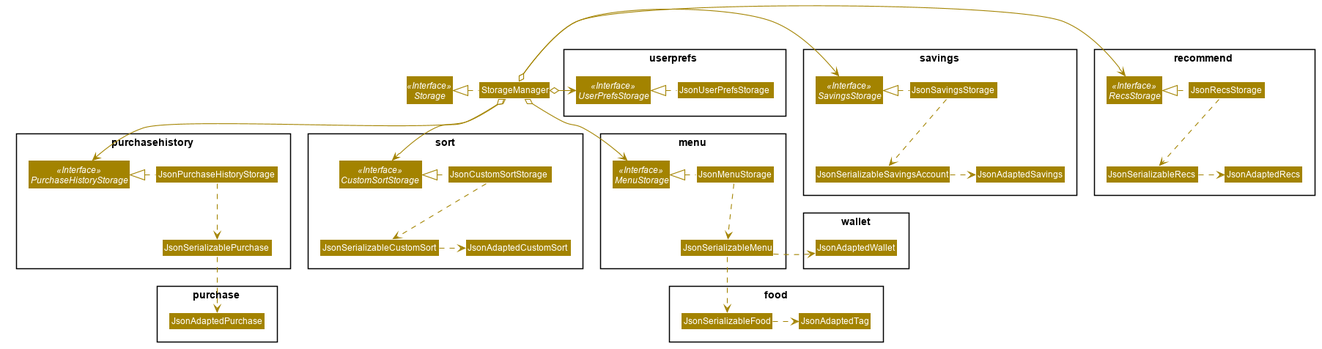
nus-cs2103-AY1920S1/addressbook-level3 keeps this PlantUML diagram as docs/images/StorageClassDiagram.png. Above is the earlier version. Source of this version:
```plantuml
@startuml








skinparam BackgroundColor #FFFFFFF

skinparam Shadowing false

skinparam Class {
    FontColor #FFFFFF
    BorderThickness 1
    BorderColor #FFFFFF
    StereotypeFontColor #FFFFFF
    FontName Arial
}

skinparam Actor {
    BorderColor #000000
    Color #000000
    FontName Arial
}

skinparam Sequence {
    MessageAlign center
    BoxFontSize 15
    BoxPadding 0
    BoxFontColor #FFFFFF
    FontName Arial
}

skinparam Participant {
    FontColor #FFFFFFF
    Padding 20
}

skinparam MinClassWidth 50
skinparam ParticipantPadding 10
skinparam Shadowing false
skinparam DefaultTextAlignment center
skinparam packageStyle Rectangle

hide footbox
hide members
hide circle
skinparam arrowThickness 1.1
skinparam arrowColor #A38300
skinparam classBackgroundColor #A38300

Package userprefs {
    Class JsonUserPrefsStorage
    Interface UserPrefsStorage <<Interface>>
}

Package menu {
    Class JsonMenuStorage
    Interface MenuStorage <<Interface>>
    Class JsonSerializableMenu
}

Package food {
    Class JsonSerializableFood
    Class JsonAdaptedTag
}

Package purchasehistory {
    Interface PurchaseHistoryStorage <<Interface>>
    Class JsonPurchaseHistoryStorage
    Class JsonSerializablePurchase
}

Package sort {
    Interface CustomSortStorage <<Interface>>
    Class JsonAdaptedCustomSort
    Class JsonCustomSortStorage
    Class JsonSerializableCustomSort
}

Package purchase {
    Class JsonAdaptedPurchase
}

Package wallet {
    Class JsonAdaptedWallet
}

Package savings {
    Interface SavingsStorage <<Interface>>
    Class JsonAdaptedSavings
    Class JsonSavingsStorage
    Class JsonSerializableSavingsAccount
}

Package recommend {
    Interface RecsStorage <<Interface>>
    Class JsonAdaptedRecs
    Class JsonRecsStorage
    Class JsonSerializableRecs
}

Interface Storage <<Interface>>

Class StorageManager
Class JsonMenuStorage

StorageManager .left.|> Storage
StorageManager o-right-> UserPrefsStorage
StorageManager o--> MenuStorage
StorageManager o--> PurchaseHistoryStorage
StorageManager o--> CustomSortStorage
StorageManager o-right-> SavingsStorage
StorageManager o-left-> RecsStorage

JsonPurchaseHistoryStorage .left.|> PurchaseHistoryStorage
JsonPurchaseHistoryStorage .down.> JsonSerializablePurchase
JsonSerializablePurchase .down.> JsonAdaptedPurchase

JsonSavingsStorage .left.|> SavingsStorage
JsonSavingsStorage .down.> JsonSerializableSavingsAccount
JsonSerializableSavingsAccount .right.> JsonAdaptedSavings

JsonRecsStorage .left.|> RecsStorage
JsonRecsStorage .down.> JsonSerializableRecs
JsonSerializableRecs .right.> JsonAdaptedRecs

JsonCustomSortStorage .left.|> CustomSortStorage

JsonCustomSortStorage .down.> JsonSerializableCustomSort
JsonSerializableCustomSort .right.> JsonAdaptedCustomSort

JsonUserPrefsStorage .left.|> UserPrefsStorage
JsonMenuStorage .left.|> MenuStorage
JsonMenuStorage .down.> JsonSerializableMenu
JsonSerializableMenu .down.> JsonSerializableFood
JsonSerializableFood .right.> JsonAdaptedTag
JsonSerializableMenu .right.> JsonAdaptedWallet
@enduml
```
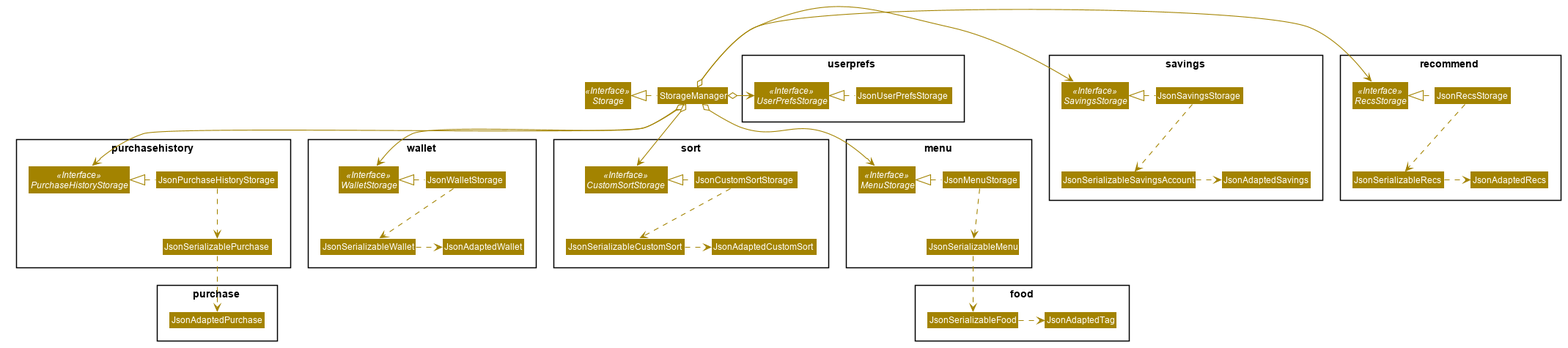
After the commit.

Commit message:
Make Storage Changes based on latest merge

Diff of the diagram source:
```diff
@@ -85,7 +85,10 @@
 }
 
 Package wallet {
+    Interface WalletStorage <<Interface>>
     Class JsonAdaptedWallet
+    Class JsonWalletStorage
+    Class JsonSerializableWallet
 }
 
 Package savings {
@@ -114,10 +117,15 @@
 StorageManager o--> CustomSortStorage
 StorageManager o-right-> SavingsStorage
 StorageManager o-left-> RecsStorage
+StorageManager o-down-> WalletStorage
 
 JsonPurchaseHistoryStorage .left.|> PurchaseHistoryStorage
 JsonPurchaseHistoryStorage .down.> JsonSerializablePurchase
 JsonSerializablePurchase .down.> JsonAdaptedPurchase
+
+JsonWalletStorage .left.|> WalletStorage
+JsonWalletStorage .down.> JsonSerializableWallet
+JsonSerializableWallet .right.> JsonAdaptedWallet
 
 JsonSavingsStorage .left.|> SavingsStorage
 JsonSavingsStorage .down.> JsonSerializableSavingsAccount
@@ -137,5 +145,4 @@
 JsonMenuStorage .down.> JsonSerializableMenu
 JsonSerializableMenu .down.> JsonSerializableFood
 JsonSerializableFood .right.> JsonAdaptedTag
-JsonSerializableMenu .right.> JsonAdaptedWallet
 @enduml
```
